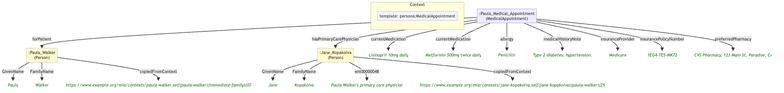
The Mermaid diagram example/contexts/images/context(alice-carol-about-mom)(health)(26).png in MeeFoundation/mia-ontologies, before a commit. Its source is kept beside it as example/contexts/images/context(alice-carol-about-mom)(health)(26).mmd.
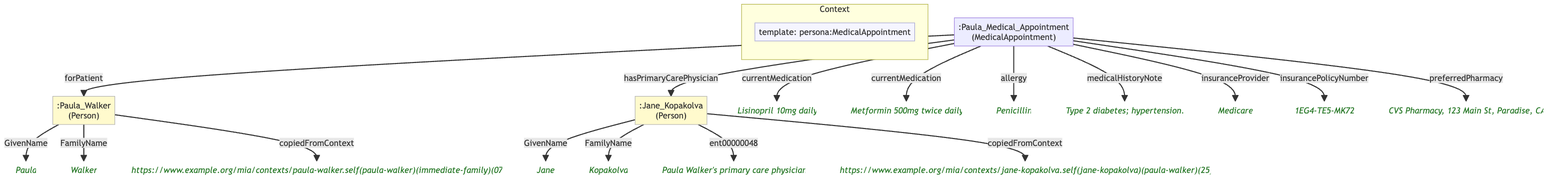
Above is the later version.

Commit message:
Increase diagram render scale to fix low-resolution context #26 PNG

Context #26's wide, low-branching-height flowchart rendered at low
effective DPI under the old scale=2 default. Bump draw.py's mmdc scale
to 4 so future diagram regenerations render sharper, and regenerate
context #26's diagram at the new scale.

The edit, as a diff of the source:
```diff
@@ -11,9 +11,9 @@
     end
 
     naf30988316a0[":Jane_Kopakolva\n(Person)"]:::person
-    n9b6e4456f2f1("Jane"):::lit
-    n69561c289be9("Kopakolva"):::lit
-    n2dd5c594ed5b("Paula Walker's primary care physician"):::lit
+    nb5a79386b637("Jane"):::lit
+    nf19915727fda("Kopakolva"):::lit
+    nfb9822d14067("Paula Walker's primary care physician"):::lit
     n0f5c2d3385d8("https://www.example.org/mia/contexts/jane-kopakolva.self(jane-kopakolva)(paula-walker)(25)"):::lit
     n9c0041903ee1[":Paula_Medical_Appointment\n(MedicalAppointment)"]
     nf4296ab13de4[":Paula_Walker\n(Person)"]:::person
@@ -24,13 +24,13 @@
     nb048c127c644("Medicare"):::lit
     nd767c2e2c89d("1EG4-TE5-MK72"):::lit
     nfb1be0ec8e6d("CVS Pharmacy, 123 Main St, Paradise, CA"):::lit
-    n6dc4a614f239("Paula"):::lit
-    nca87aa19db67("Walker"):::lit
+    n0fbc1b1412b3("Paula"):::lit
+    n5a1a991cfc79("Walker"):::lit
     n431bdc7d334e("https://www.example.org/mia/contexts/paula-walker.self(paula-walker)(immediate-family)(07)"):::lit
 
-    naf30988316a0 -->|"GivenName"| n9b6e4456f2f1
-    naf30988316a0 -->|"FamilyName"| n69561c289be9
-    naf30988316a0 -->|"ent00000048"| n2dd5c594ed5b
+    naf30988316a0 -->|"GivenName"| nb5a79386b637
+    naf30988316a0 -->|"FamilyName"| nf19915727fda
+    naf30988316a0 -->|"ent00000048"| nfb9822d14067
     naf30988316a0 -->|"copiedFromContext"| n0f5c2d3385d8
     n9c0041903ee1 -->|"forPatient"| nf4296ab13de4
     n9c0041903ee1 -->|"hasPrimaryCarePhysician"| naf30988316a0
@@ -41,6 +41,6 @@
     n9c0041903ee1 -->|"insuranceProvider"| nb048c127c644
     n9c0041903ee1 -->|"insurancePolicyNumber"| nd767c2e2c89d
     n9c0041903ee1 -->|"preferredPharmacy"| nfb1be0ec8e6d
-    nf4296ab13de4 -->|"GivenName"| n6dc4a614f239
-    nf4296ab13de4 -->|"FamilyName"| nca87aa19db67
+    nf4296ab13de4 -->|"GivenName"| n0fbc1b1412b3
+    nf4296ab13de4 -->|"FamilyName"| n5a1a991cfc79
     nf4296ab13de4 -->|"copiedFromContext"| n431bdc7d334e
```
